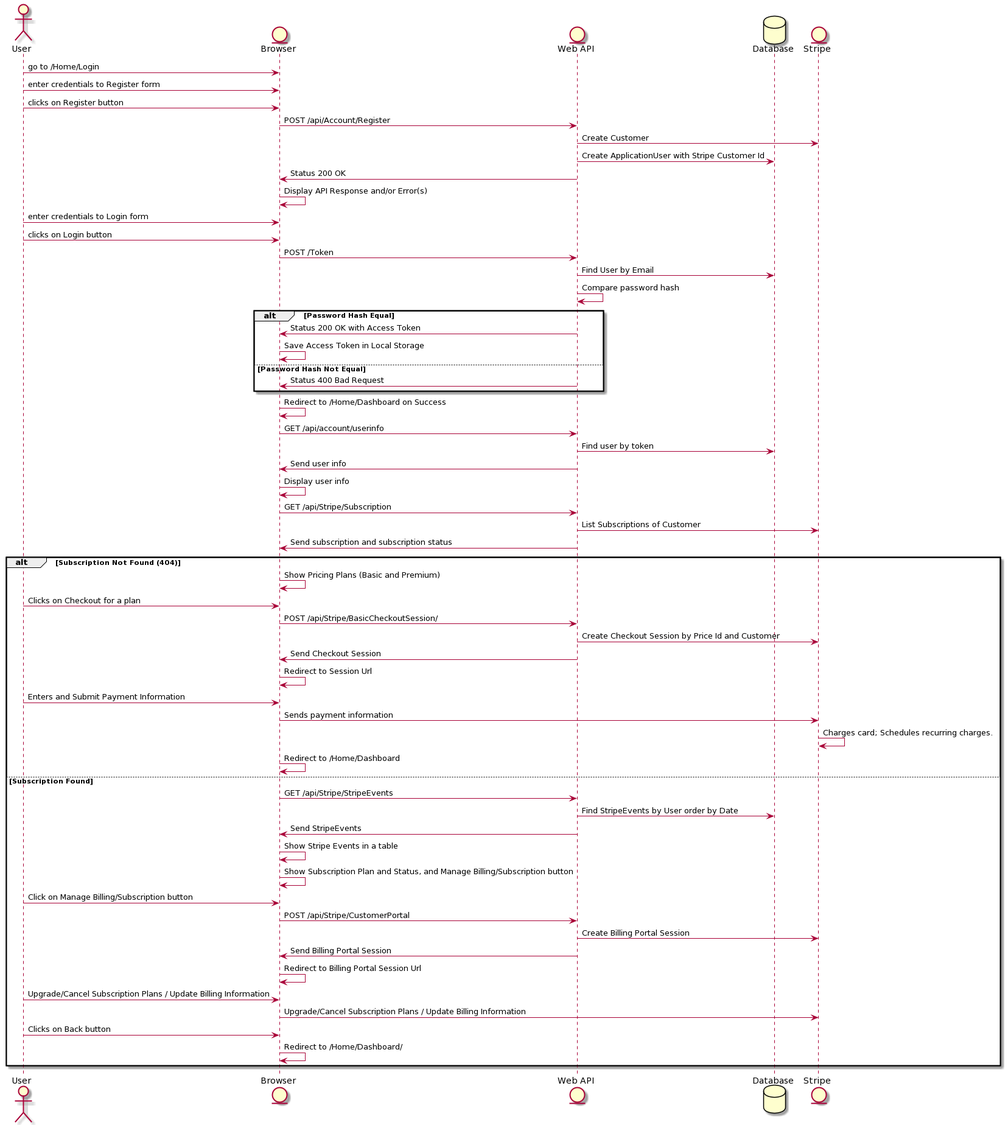
Earlier version of the PlantUML export task6/sequence-diagram.png (dexterleng/csc-assignment). Its diagram source:
```plantuml
@startuml
actor User
entity Browser
entity "Web API"
database Database
entity "Stripe"

User -> Browser: go to /Home/Login
User -> Browser: enter credentials to Register form
User -> Browser: clicks on Register button
Browser -> "Web API": POST /api/Account/Register

"Web API" -> Stripe: Create Customer
"Web API" -> Database: Create ApplicationUser with Stripe Customer Id
"Web API" -> Browser: Status 200 OK

Browser -> Browser: Display API Response and/or Error(s)

User -> Browser: enter credentials to Login form
User -> Browser: clicks on Login button
Browser -> "Web API": POST /Token

"Web API" -> Database: Find User by Email

"Web API" -> "Web API": Compare password hash

alt Password Hash Equal
    "Web API" -> Browser: Status 200 OK with Access Token
    Browser -> Browser: Save Access Token in Local Storage
else Password Hash Not Equal
    "Web API" -> Browser: Status 400 Bad Request
end

Browser -> Browser: Redirect to /Home/Dashboard on Success

Browser -> "Web API": GET /api/account/userinfo
"Web API" -> Database: Find user by token
"Web API" -> Browser: Send user info
Browser -> Browser: Display user info

Browser -> "Web API": GET /api/Stripe/Subscription
"Web API" -> Stripe: List Subscriptions of Customer
"Web API" -> Browser: Send subscription and subscription status

alt Subscription Not Found (404)
    Browser -> Browser: Show Pricing Plans (Basic and Premium)
    User -> Browser: Clicks on Checkout for a plan
    Browser -> "Web API": POST /api/Stripe/BasicCheckoutSession/
    "Web API" -> Stripe: Create Checkout Session by Price Id and Customer
    "Web API" -> Browser: Send Checkout Session
    Browser -> Browser: Redirect to Session Url
    User -> Browser: Enters and Submit Payment Information
    Browser -> Stripe: Sends payment information
    Stripe -> Stripe: Charges card; Schedules recurring charges.
    Browser -> Browser: Redirect to /Home/Dashboard
else Subscription Found
    Browser -> "Web API": GET /api/Stripe/StripeEvents
    "Web API" -> Database: Find StripeEvents by User order by Date
    "Web API" -> Browser: Send StripeEvents
    Browser -> Browser: Show Stripe Events in a table
    Browser -> Browser: Show Subscription Plan and Status, and Manage Billing/Subscription button

    User -> Browser: Click on Manage Billing/Subscription button
    Browser -> "Web API": POST /api/Stripe/CustomerPortal
    "Web API" -> Stripe: Create Billing Portal Session
    "Web API" -> Browser: Send Billing Portal Session
    Browser -> Browser: Redirect to Billing Portal Session Url
    User -> Browser: Upgrade/Cancel Subscription Plans / Update Billing Information
    Browser -> Stripe: Upgrade/Cancel Subscription Plans / Update Billing Information
    User -> Browser: Clicks on Back button
    Browser -> Browser: Redirect to /Home/Dashboard/
end
@enduml
```
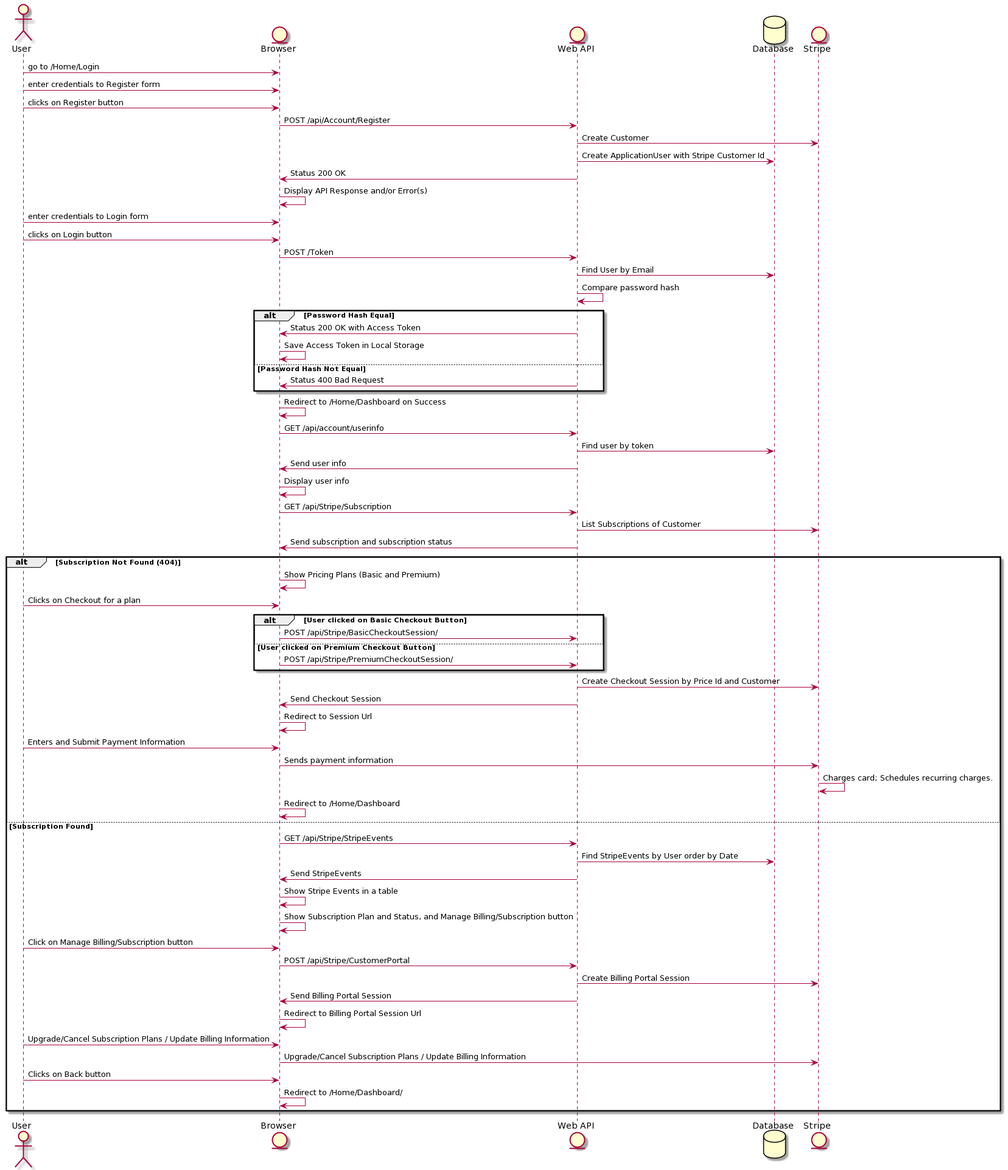
The same file after the commit.

Commit message:
Update seq diagram to show basic/premium alt apis

The edit, as a diff of the source:
```diff
@@ -45,7 +45,17 @@
 alt Subscription Not Found (404)
     Browser -> Browser: Show Pricing Plans (Basic and Premium)
     User -> Browser: Clicks on Checkout for a plan
+
+alt User clicked on Basic Checkout Button
+
     Browser -> "Web API": POST /api/Stripe/BasicCheckoutSession/
+
+else User clicked on Premium Checkout Button
+
+    Browser -> "Web API": POST /api/Stripe/PremiumCheckoutSession/
+
+end
+
     "Web API" -> Stripe: Create Checkout Session by Price Id and Customer
     "Web API" -> Browser: Send Checkout Session
     Browser -> Browser: Redirect to Session Url
```
